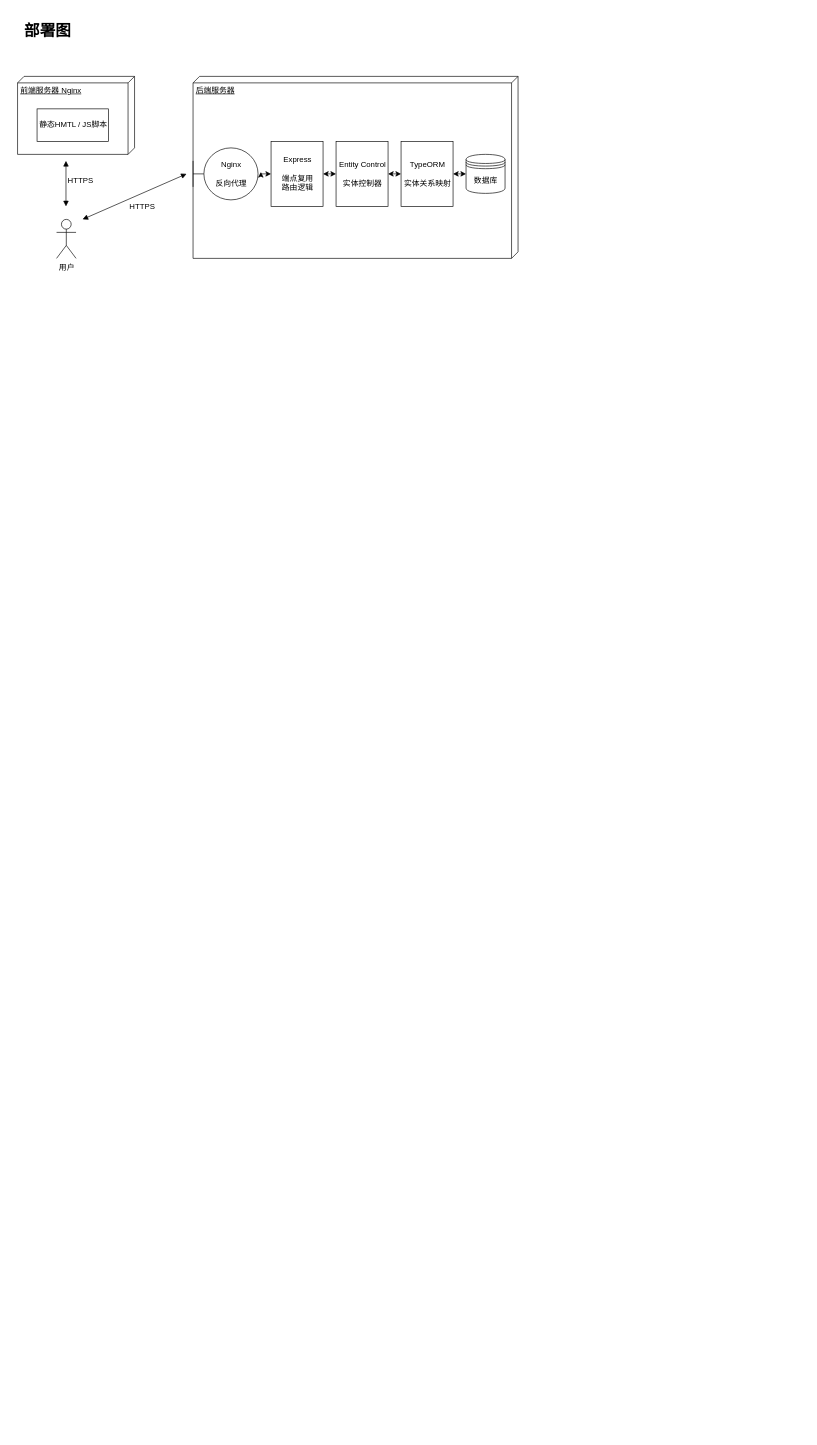
Above: page "整体设计" (5 of 10) of 2-系统设计文档/图/导出.drawio in super-dash/paperstack-design (draw.io), before the change. Source tidied: cells renumbered, new cells numbered last; positions are measured from the earlier drawing's top-left corner, leaving out a move shared by most shapes. Both pictures are drawn from the tidied source at 65%, with x=0, y=0 at pixel (18, 18).
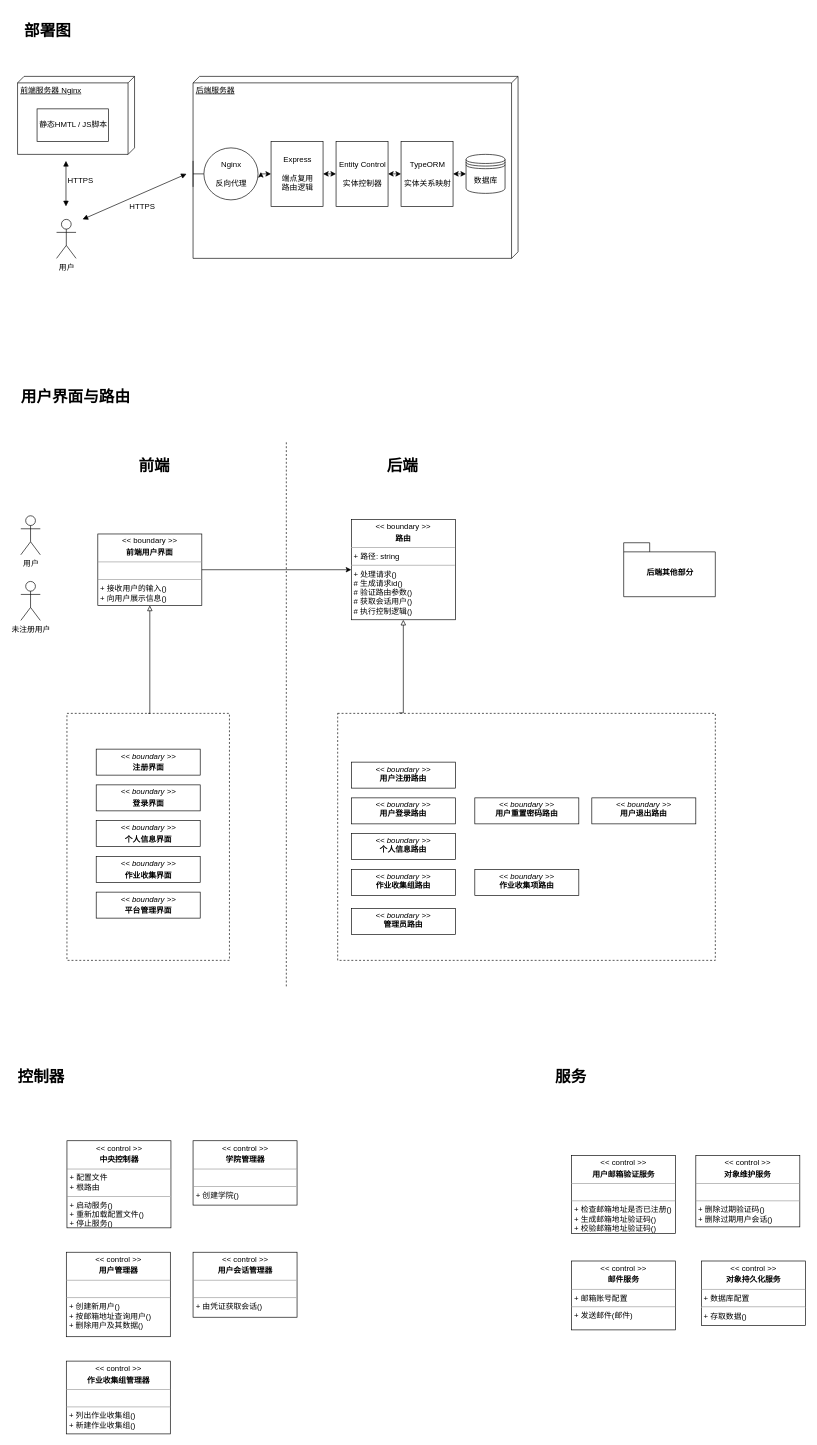
The same page after the edit.

Diff of the diagram source:
```diff
@@
+    <mxCell id="20" style="rounded=0;whiteSpace=wrap;html=1;dashed=1;fillColor=none;" parent="1" vertex="1">
+      <mxGeometry x="75.5" y="1070" width="250" height="380" as="geometry" />
+    </mxCell>
+    <mxCell id="21" style="rounded=0;whiteSpace=wrap;html=1;dashed=1;fillColor=none;" parent="1" vertex="1">
+      <mxGeometry x="492" y="1070" width="581" height="380" as="geometry" />
+    </mxCell>
+    <mxCell id="22" value="用户" style="shape=umlActor;verticalLabelPosition=bottom;labelBackgroundColor=#ffffff;verticalAlign=top;html=1;" parent="1" vertex="1">
+      <mxGeometry x="4.5" y="766" width="30" height="60" as="geometry" />
+    </mxCell>
+    <mxCell id="23" value="&lt;p style=&quot;margin: 0px ; margin-top: 4px ; text-align: center&quot;&gt;&amp;lt;&amp;lt; boundary &amp;gt;&amp;gt;&lt;/p&gt;&lt;p style=&quot;margin: 0px ; margin-top: 4px ; text-align: center&quot;&gt;&lt;b&gt;路由&lt;/b&gt;&lt;/p&gt;&lt;hr size=&quot;1&quot;&gt;&lt;p style=&quot;margin: 0px ; margin-left: 4px&quot;&gt;+ 路径: string&lt;/p&gt;&lt;hr size=&quot;1&quot;&gt;&lt;p style=&quot;margin: 0px ; margin-left: 4px&quot;&gt;+ 处理请求()&lt;span&gt;&lt;br&gt;&lt;/span&gt;&lt;/p&gt;&lt;p style=&quot;margin: 0px ; margin-left: 4px&quot;&gt;&lt;span&gt;# 生成请求id()&lt;/span&gt;&lt;/p&gt;&lt;p style=&quot;margin: 0px ; margin-left: 4px&quot;&gt;# 验证路由参数()&lt;span&gt;&lt;br&gt;&lt;/span&gt;&lt;/p&gt;&lt;p style=&quot;margin: 0px ; margin-left: 4px&quot;&gt;&lt;span&gt;# 获取会话用户(&lt;/span&gt;&lt;span&gt;)&lt;/span&gt;&lt;/p&gt;&lt;p style=&quot;margin: 0px ; margin-left: 4px&quot;&gt;# 执行控制逻辑()&lt;/p&gt;" style="verticalAlign=top;align=left;overflow=fill;fontSize=12;fontFamily=Helvetica;html=1;" parent="1" vertex="1">
+      <mxGeometry x="513" y="772" width="160" height="154" as="geometry" />
+    </mxCell>
+    <mxCell id="24" value="未注册用户" style="shape=umlActor;verticalLabelPosition=bottom;labelBackgroundColor=#ffffff;verticalAlign=top;html=1;" parent="1" vertex="1">
+      <mxGeometry x="4.5" y="867" width="30" height="60" as="geometry" />
+    </mxCell>
+    <mxCell id="25" value="&lt;p style=&quot;margin: 0px ; margin-top: 4px ; text-align: center&quot;&gt;&amp;lt;&amp;lt; boundary &amp;gt;&amp;gt;&lt;/p&gt;&lt;p style=&quot;margin: 0px ; margin-top: 4px ; text-align: center&quot;&gt;&lt;b&gt;前端用户界面&lt;/b&gt;&lt;/p&gt;&lt;hr size=&quot;1&quot;&gt;&lt;p style=&quot;margin: 0px ; margin-left: 4px&quot;&gt;&lt;br&gt;&lt;/p&gt;&lt;hr size=&quot;1&quot;&gt;&lt;p style=&quot;margin: 0px ; margin-left: 4px&quot;&gt;+ 接收用户的输入()&lt;/p&gt;&lt;p style=&quot;margin: 0px ; margin-left: 4px&quot;&gt;+ 向用户展示信息()&lt;/p&gt;" style="verticalAlign=top;align=left;overflow=fill;fontSize=12;fontFamily=Helvetica;html=1;" parent="1" vertex="1">
+      <mxGeometry x="123" y="794" width="160" height="110" as="geometry" />
+    </mxCell>
+    <mxCell id="26" value="&lt;h1&gt;前端&lt;/h1&gt;&lt;p&gt;&lt;br&gt;&lt;/p&gt;" style="text;html=1;strokeColor=none;fillColor=none;spacing=5;spacingTop=-20;whiteSpace=wrap;overflow=hidden;rounded=0;" parent="1" vertex="1">
+      <mxGeometry x="180.5" y="670" width="60" height="40" as="geometry" />
+    </mxCell>
+    <mxCell id="27" value="&lt;h1&gt;后端&lt;/h1&gt;&lt;p&gt;&lt;br&gt;&lt;/p&gt;" style="text;html=1;strokeColor=none;fillColor=none;spacing=5;spacingTop=-20;whiteSpace=wrap;overflow=hidden;rounded=0;" parent="1" vertex="1">
+      <mxGeometry x="563" y="670" width="60" height="40" as="geometry" />
+    </mxCell>
+    <mxCell id="28" style="endArrow=classic;html=1;exitX=1;exitY=0.5;exitDx=0;exitDy=0;entryX=0;entryY=0.5;entryDx=0;entryDy=0;" parent="1" edge="1" source="25" target="23">
+      <mxGeometry relative="1" as="geometry" />
+    </mxCell>
+    <mxCell id="29" value="&lt;p style=&quot;margin: 0px ; margin-top: 4px ; text-align: center&quot;&gt;&lt;i&gt;&amp;lt;&amp;lt; boundary &amp;gt;&amp;gt;&lt;/i&gt;&lt;br&gt;&lt;b&gt;用户注册路由&lt;/b&gt;&lt;/p&gt;" style="verticalAlign=top;align=left;overflow=fill;fontSize=12;fontFamily=Helvetica;html=1;" parent="1" vertex="1">
+      <mxGeometry x="513" y="1145" width="160" height="40" as="geometry" />
+    </mxCell>
+    <mxCell id="30" value="&lt;p style=&quot;margin: 0px ; margin-top: 4px ; text-align: center&quot;&gt;&lt;i&gt;&amp;lt;&amp;lt; boundary &amp;gt;&amp;gt;&lt;/i&gt;&lt;br&gt;&lt;b&gt;用户重置密码路由&lt;/b&gt;&lt;/p&gt;" style="verticalAlign=top;align=left;overflow=fill;fontSize=12;fontFamily=Helvetica;html=1;" parent="1" vertex="1">
+      <mxGeometry x="703" y="1200" width="160" height="40" as="geometry" />
+    </mxCell>
+    <mxCell id="31" value="&lt;p style=&quot;margin: 0px ; margin-top: 4px ; text-align: center&quot;&gt;&lt;i&gt;&amp;lt;&amp;lt; boundary &amp;gt;&amp;gt;&lt;/i&gt;&lt;br&gt;&lt;b&gt;用户登录路由&lt;/b&gt;&lt;/p&gt;" style="verticalAlign=top;align=left;overflow=fill;fontSize=12;fontFamily=Helvetica;html=1;" parent="1" vertex="1">
+      <mxGeometry x="513" y="1200" width="160" height="40" as="geometry" />
+    </mxCell>
+    <mxCell id="32" value="&lt;p style=&quot;margin: 0px ; margin-top: 4px ; text-align: center&quot;&gt;&lt;i&gt;&amp;lt;&amp;lt; boundary &amp;gt;&amp;gt;&lt;/i&gt;&lt;br&gt;&lt;b&gt;用户退出路由&lt;/b&gt;&lt;/p&gt;" style="verticalAlign=top;align=left;overflow=fill;fontSize=12;fontFamily=Helvetica;html=1;" parent="1" vertex="1">
+      <mxGeometry x="883" y="1200" width="160" height="40" as="geometry" />
+    </mxCell>
+    <mxCell id="33" value="&lt;p style=&quot;margin: 0px ; margin-top: 4px ; text-align: center&quot;&gt;&lt;i&gt;&amp;lt;&amp;lt; boundary &amp;gt;&amp;gt;&lt;/i&gt;&lt;br&gt;&lt;b&gt;作业收集组路由&lt;/b&gt;&lt;/p&gt;" style="verticalAlign=top;align=left;overflow=fill;fontSize=12;fontFamily=Helvetica;html=1;" parent="1" vertex="1">
+      <mxGeometry x="513" y="1310" width="160" height="40" as="geometry" />
+    </mxCell>
+    <mxCell id="34" value="&lt;p style=&quot;margin: 0px ; margin-top: 4px ; text-align: center&quot;&gt;&lt;i&gt;&amp;lt;&amp;lt; boundary &amp;gt;&amp;gt;&lt;/i&gt;&lt;br&gt;&lt;b&gt;作业收集项路由&lt;/b&gt;&lt;/p&gt;" style="verticalAlign=top;align=left;overflow=fill;fontSize=12;fontFamily=Helvetica;html=1;" parent="1" vertex="1">
+      <mxGeometry x="703" y="1310" width="160" height="40" as="geometry" />
+    </mxCell>
+    <mxCell id="35" value="&lt;p style=&quot;margin: 0px ; margin-top: 4px ; text-align: center&quot;&gt;&lt;i&gt;&amp;lt;&amp;lt; boundary &amp;gt;&amp;gt;&lt;/i&gt;&lt;br&gt;&lt;b&gt;管理员路由&lt;/b&gt;&lt;/p&gt;" style="verticalAlign=top;align=left;overflow=fill;fontSize=12;fontFamily=Helvetica;html=1;" parent="1" vertex="1">
+      <mxGeometry x="513" y="1370" width="160" height="40" as="geometry" />
+    </mxCell>
+    <mxCell id="36" style="edgeStyle=orthogonalEdgeStyle;rounded=0;jettySize=auto;html=1;exitX=0.162;exitY=-0.002;exitDx=0;exitDy=0;entryX=0.5;entryY=1;entryDx=0;entryDy=0;endArrow=block;endFill=0;exitPerimeter=0;" parent="1" edge="1" source="21" target="23">
+      <mxGeometry relative="1" as="geometry">
+        <Array as="points">
+          <mxPoint x="593" y="1070" />
+        </Array>
+      </mxGeometry>
+    </mxCell>
+    <mxCell id="37" style="edgeStyle=orthogonalEdgeStyle;rounded=0;jettySize=auto;html=1;exitX=0.5;exitY=0;exitDx=0;exitDy=0;entryX=0.5;entryY=1;entryDx=0;entryDy=0;endArrow=block;endFill=0;" parent="1" edge="1" source="20" target="25">
+      <mxGeometry relative="1" as="geometry">
+        <Array as="points">
+          <mxPoint x="203" y="1070" />
+        </Array>
+      </mxGeometry>
+    </mxCell>
+    <mxCell id="38" value="&lt;p style=&quot;margin: 0px ; margin-top: 4px ; text-align: center&quot;&gt;&lt;i&gt;&amp;lt;&amp;lt; boundary &amp;gt;&amp;gt;&lt;/i&gt;&lt;/p&gt;&lt;p style=&quot;margin: 0px ; margin-top: 4px ; text-align: center&quot;&gt;&lt;b&gt;注册界面&lt;/b&gt;&lt;/p&gt;" style="verticalAlign=top;align=left;overflow=fill;fontSize=12;fontFamily=Helvetica;html=1;" parent="1" vertex="1">
+      <mxGeometry x="120.5" y="1125" width="160" height="40" as="geometry" />
+    </mxCell>
+    <mxCell id="39" value="&lt;p style=&quot;margin: 0px ; margin-top: 4px ; text-align: center&quot;&gt;&lt;i&gt;&amp;lt;&amp;lt; boundary &amp;gt;&amp;gt;&lt;/i&gt;&lt;/p&gt;&lt;p style=&quot;margin: 0px ; margin-top: 4px ; text-align: center&quot;&gt;&lt;b&gt;登录界面&lt;/b&gt;&lt;/p&gt;" style="verticalAlign=top;align=left;overflow=fill;fontSize=12;fontFamily=Helvetica;html=1;" parent="1" vertex="1">
+      <mxGeometry x="120.5" y="1180" width="160" height="40" as="geometry" />
+    </mxCell>
+    <mxCell id="40" value="&lt;p style=&quot;margin: 0px ; margin-top: 4px ; text-align: center&quot;&gt;&lt;i&gt;&amp;lt;&amp;lt; boundary &amp;gt;&amp;gt;&lt;/i&gt;&lt;/p&gt;&lt;p style=&quot;margin: 0px ; margin-top: 4px ; text-align: center&quot;&gt;&lt;b&gt;个人信息界面&lt;/b&gt;&lt;/p&gt;" style="verticalAlign=top;align=left;overflow=fill;fontSize=12;fontFamily=Helvetica;html=1;" parent="1" vertex="1">
+      <mxGeometry x="120.5" y="1235" width="160" height="40" as="geometry" />
+    </mxCell>
+    <mxCell id="41" value="&lt;p style=&quot;margin: 0px ; margin-top: 4px ; text-align: center&quot;&gt;&lt;i&gt;&amp;lt;&amp;lt; boundary &amp;gt;&amp;gt;&lt;/i&gt;&lt;br&gt;&lt;b&gt;个人信息路由&lt;/b&gt;&lt;/p&gt;" style="verticalAlign=top;align=left;overflow=fill;fontSize=12;fontFamily=Helvetica;html=1;" parent="1" vertex="1">
+      <mxGeometry x="513" y="1255" width="160" height="40" as="geometry" />
+    </mxCell>
+    <mxCell id="42" value="&lt;p style=&quot;margin: 0px ; margin-top: 4px ; text-align: center&quot;&gt;&lt;i&gt;&amp;lt;&amp;lt; boundary &amp;gt;&amp;gt;&lt;/i&gt;&lt;/p&gt;&lt;p style=&quot;margin: 0px ; margin-top: 4px ; text-align: center&quot;&gt;&lt;b&gt;作业收集界面&lt;/b&gt;&lt;/p&gt;" style="verticalAlign=top;align=left;overflow=fill;fontSize=12;fontFamily=Helvetica;html=1;" parent="1" vertex="1">
+      <mxGeometry x="120.5" y="1290" width="160" height="40" as="geometry" />
+    </mxCell>
+    <mxCell id="43" value="&lt;p style=&quot;margin: 0px ; margin-top: 4px ; text-align: center&quot;&gt;&lt;i&gt;&amp;lt;&amp;lt; boundary &amp;gt;&amp;gt;&lt;/i&gt;&lt;/p&gt;&lt;p style=&quot;margin: 0px ; margin-top: 4px ; text-align: center&quot;&gt;&lt;b&gt;平台管理界面&lt;/b&gt;&lt;/p&gt;" style="verticalAlign=top;align=left;overflow=fill;fontSize=12;fontFamily=Helvetica;html=1;" parent="1" vertex="1">
+      <mxGeometry x="120.5" y="1345" width="160" height="40" as="geometry" />
+    </mxCell>
+    <mxCell id="44" style="endArrow=none;dashed=1;html=1;" parent="1" edge="1">
+      <mxGeometry relative="1" as="geometry">
+        <mxPoint x="413" y="1490" as="sourcePoint" />
+        <mxPoint x="413" y="650" as="targetPoint" />
+      </mxGeometry>
+    </mxCell>
+    <mxCell id="45" value="&lt;h1&gt;用户界面与路由&lt;/h1&gt;" style="text;html=1;strokeColor=none;fillColor=none;spacing=5;spacingTop=-20;whiteSpace=wrap;overflow=hidden;rounded=0;" parent="1" vertex="1">
+      <mxGeometry x="-0.5" y="563.5" width="190" height="50" as="geometry" />
+    </mxCell>
+    <mxCell id="46" value="后端其他部分" style="shape=folder;fontStyle=1;spacingTop=10;tabWidth=40;tabHeight=14;tabPosition=left;html=1;" parent="1" vertex="1">
+      <mxGeometry x="932" y="807.5" width="141" height="83" as="geometry" />
+    </mxCell>
+    <mxCell id="47" value="&lt;p style=&quot;margin: 0px ; margin-top: 4px ; text-align: center&quot;&gt;&amp;lt;&amp;lt; control &amp;gt;&amp;gt;&lt;/p&gt;&lt;p style=&quot;margin: 0px ; margin-top: 4px ; text-align: center&quot;&gt;&lt;b&gt;中央控制器&lt;/b&gt;&lt;/p&gt;&lt;hr size=&quot;1&quot;&gt;&lt;p style=&quot;margin: 0px ; margin-left: 4px&quot;&gt;+ 配置文件&lt;/p&gt;&lt;p style=&quot;margin: 0px ; margin-left: 4px&quot;&gt;+ 根路由&lt;/p&gt;&lt;hr size=&quot;1&quot;&gt;&lt;p style=&quot;margin: 0px ; margin-left: 4px&quot;&gt;+ 启动服务()&lt;/p&gt;&lt;p style=&quot;margin: 0px ; margin-left: 4px&quot;&gt;+ 重新加载配置文件()&lt;/p&gt;&lt;p style=&quot;margin: 0px ; margin-left: 4px&quot;&gt;+ 停止服务()&lt;/p&gt;" style="verticalAlign=top;align=left;overflow=fill;fontSize=12;fontFamily=Helvetica;html=1;" parent="1" vertex="1">
+      <mxGeometry x="75.5" y="1727.5" width="160" height="134" as="geometry" />
+    </mxCell>
+    <mxCell id="48" value="&lt;p style=&quot;margin: 0px ; margin-top: 4px ; text-align: center&quot;&gt;&amp;lt;&amp;lt; control &amp;gt;&amp;gt;&lt;/p&gt;&lt;p style=&quot;margin: 0px ; margin-top: 4px ; text-align: center&quot;&gt;&lt;b&gt;用户管理器&lt;/b&gt;&lt;/p&gt;&lt;hr size=&quot;1&quot;&gt;&lt;p style=&quot;margin: 0px ; margin-left: 4px&quot;&gt;&lt;br&gt;&lt;/p&gt;&lt;hr size=&quot;1&quot;&gt;&lt;p style=&quot;margin: 0px ; margin-left: 4px&quot;&gt;&lt;span&gt;+ 创建新用户()&lt;/span&gt;&lt;/p&gt;&lt;p style=&quot;margin: 0px ; margin-left: 4px&quot;&gt;&lt;span&gt;+ 按邮箱地址查询用户()&lt;/span&gt;&lt;/p&gt;&lt;p style=&quot;margin: 0px ; margin-left: 4px&quot;&gt;&lt;span&gt;+ 删除用户及其数据()&lt;/span&gt;&lt;/p&gt;" style="verticalAlign=top;align=left;overflow=fill;fontSize=12;fontFamily=Helvetica;html=1;" parent="1" vertex="1">
+      <mxGeometry x="74.5" y="1899" width="160" height="130" as="geometry" />
+    </mxCell>
+    <mxCell id="49" value="&lt;p style=&quot;margin: 0px ; margin-top: 4px ; text-align: center&quot;&gt;&amp;lt;&amp;lt; control &amp;gt;&amp;gt;&lt;/p&gt;&lt;p style=&quot;margin: 0px ; margin-top: 4px ; text-align: center&quot;&gt;&lt;b&gt;用户会话管理器&lt;/b&gt;&lt;/p&gt;&lt;hr size=&quot;1&quot;&gt;&lt;p style=&quot;margin: 0px ; margin-left: 4px&quot;&gt;&lt;br&gt;&lt;/p&gt;&lt;hr size=&quot;1&quot;&gt;&lt;p style=&quot;margin: 0px ; margin-left: 4px&quot;&gt;&lt;span&gt;+ 由凭证获取会话()&lt;/span&gt;&lt;br&gt;&lt;/p&gt;" style="verticalAlign=top;align=left;overflow=fill;fontSize=12;fontFamily=Helvetica;html=1;" parent="1" vertex="1">
+      <mxGeometry x="269.5" y="1899" width="160" height="100" as="geometry" />
+    </mxCell>
+    <mxCell id="50" value="&lt;p style=&quot;margin: 0px ; margin-top: 4px ; text-align: center&quot;&gt;&amp;lt;&amp;lt; control &amp;gt;&amp;gt;&lt;/p&gt;&lt;p style=&quot;margin: 0px ; margin-top: 4px ; text-align: center&quot;&gt;&lt;b&gt;作业收集组管理器&lt;/b&gt;&lt;/p&gt;&lt;hr size=&quot;1&quot;&gt;&lt;p style=&quot;margin: 0px ; margin-left: 4px&quot;&gt;&lt;br&gt;&lt;/p&gt;&lt;hr size=&quot;1&quot;&gt;&lt;p style=&quot;margin: 0px ; margin-left: 4px&quot;&gt;&lt;span&gt;+ 列出作业收集组()&lt;/span&gt;&lt;/p&gt;&lt;p style=&quot;margin: 0px ; margin-left: 4px&quot;&gt;&lt;span&gt;+&lt;/span&gt;&lt;span&gt;&amp;nbsp;新建作业收集组()&lt;/span&gt;&lt;/p&gt;" style="verticalAlign=top;align=left;overflow=fill;fontSize=12;fontFamily=Helvetica;html=1;" parent="1" vertex="1">
+      <mxGeometry x="74.5" y="2066.5" width="160" height="112" as="geometry" />
+    </mxCell>
+    <mxCell id="51" value="&lt;p style=&quot;margin: 0px ; margin-top: 4px ; text-align: center&quot;&gt;&amp;lt;&amp;lt; control &amp;gt;&amp;gt;&lt;/p&gt;&lt;p style=&quot;margin: 0px ; margin-top: 4px ; text-align: center&quot;&gt;&lt;b&gt;学院管理器&lt;/b&gt;&lt;/p&gt;&lt;hr size=&quot;1&quot;&gt;&lt;p style=&quot;margin: 0px ; margin-left: 4px&quot;&gt;&lt;br&gt;&lt;/p&gt;&lt;hr size=&quot;1&quot;&gt;&lt;p style=&quot;margin: 0px ; margin-left: 4px&quot;&gt;&lt;span&gt;+ 创建学院()&lt;/span&gt;&lt;/p&gt;" style="verticalAlign=top;align=left;overflow=fill;fontSize=12;fontFamily=Helvetica;html=1;" parent="1" vertex="1">
+      <mxGeometry x="269.5" y="1727.5" width="160" height="99" as="geometry" />
+    </mxCell>
+    <mxCell id="52" value="&lt;h1&gt;控制器&lt;/h1&gt;" style="text;html=1;strokeColor=none;fillColor=none;spacing=5;spacingTop=-20;whiteSpace=wrap;overflow=hidden;rounded=0;" parent="1" vertex="1">
+      <mxGeometry x="-5.5" y="1610" width="190" height="50" as="geometry" />
+    </mxCell>
+    <mxCell id="53" value="&lt;p style=&quot;margin: 0px ; margin-top: 4px ; text-align: center&quot;&gt;&amp;lt;&amp;lt; control &amp;gt;&amp;gt;&lt;/p&gt;&lt;p style=&quot;margin: 0px ; margin-top: 4px ; text-align: center&quot;&gt;&lt;b&gt;对象维护服务&lt;/b&gt;&lt;/p&gt;&lt;hr size=&quot;1&quot;&gt;&lt;p style=&quot;margin: 0px ; margin-left: 4px&quot;&gt;&lt;br&gt;&lt;/p&gt;&lt;hr size=&quot;1&quot;&gt;&lt;p style=&quot;margin: 0px ; margin-left: 4px&quot;&gt;&lt;span&gt;+ 删除过期验证码()&lt;/span&gt;&lt;br&gt;&lt;/p&gt;&lt;p style=&quot;margin: 0px ; margin-left: 4px&quot;&gt;&lt;span&gt;+ 删除过期用户会话()&lt;/span&gt;&lt;/p&gt;" style="verticalAlign=top;align=left;overflow=fill;fontSize=12;fontFamily=Helvetica;html=1;" parent="1" vertex="1">
+      <mxGeometry x="1043" y="1750" width="160" height="110" as="geometry" />
+    </mxCell>
+    <mxCell id="54" value="&lt;p style=&quot;margin: 0px ; margin-top: 4px ; text-align: center&quot;&gt;&amp;lt;&amp;lt; control &amp;gt;&amp;gt;&lt;/p&gt;&lt;p style=&quot;margin: 0px ; margin-top: 4px ; text-align: center&quot;&gt;&lt;b&gt;邮件服务&lt;/b&gt;&lt;/p&gt;&lt;hr size=&quot;1&quot;&gt;&lt;p style=&quot;margin: 0px ; margin-left: 4px&quot;&gt;+ 邮箱账号配置&lt;/p&gt;&lt;hr size=&quot;1&quot;&gt;&lt;p style=&quot;margin: 0px ; margin-left: 4px&quot;&gt;+ 发送邮件(邮件)&lt;/p&gt;" style="verticalAlign=top;align=left;overflow=fill;fontSize=12;fontFamily=Helvetica;html=1;" parent="1" vertex="1">
+      <mxGeometry x="852" y="1912.5" width="160" height="106" as="geometry" />
+    </mxCell>
+    <mxCell id="55" value="&lt;p style=&quot;margin: 0px ; margin-top: 4px ; text-align: center&quot;&gt;&amp;lt;&amp;lt; control &amp;gt;&amp;gt;&lt;/p&gt;&lt;p style=&quot;margin: 0px ; margin-top: 4px ; text-align: center&quot;&gt;&lt;b&gt;用户邮箱验证服务&lt;/b&gt;&lt;/p&gt;&lt;hr size=&quot;1&quot;&gt;&lt;p style=&quot;margin: 0px ; margin-left: 4px&quot;&gt;&lt;br&gt;&lt;/p&gt;&lt;hr size=&quot;1&quot;&gt;&lt;p style=&quot;margin: 0px ; margin-left: 4px&quot;&gt;+ 检查邮箱地址是否已注册()&lt;span&gt;&lt;br&gt;&lt;/span&gt;&lt;/p&gt;&lt;p style=&quot;margin: 0px ; margin-left: 4px&quot;&gt;&lt;span&gt;+ 生成邮箱地址验证码()&lt;/span&gt;&lt;/p&gt;&lt;p style=&quot;margin: 0px ; margin-left: 4px&quot;&gt;&lt;span&gt;+ 校验邮箱地址验证码()&lt;/span&gt;&lt;/p&gt;" style="verticalAlign=top;align=left;overflow=fill;fontSize=12;fontFamily=Helvetica;html=1;" parent="1" vertex="1">
+      <mxGeometry x="852" y="1750" width="160" height="120" as="geometry" />
+    </mxCell>
+    <mxCell id="56" value="&lt;p style=&quot;margin: 0px ; margin-top: 4px ; text-align: center&quot;&gt;&amp;lt;&amp;lt; control &amp;gt;&amp;gt;&lt;/p&gt;&lt;p style=&quot;margin: 0px ; margin-top: 4px ; text-align: center&quot;&gt;&lt;b&gt;对象持久化服务&lt;/b&gt;&lt;/p&gt;&lt;hr size=&quot;1&quot;&gt;&amp;nbsp;+ 数据库配置&lt;br&gt;&lt;hr&gt;&amp;nbsp;+ 存取数据()" style="verticalAlign=top;align=left;overflow=fill;fontSize=12;fontFamily=Helvetica;html=1;" parent="1" vertex="1">
+      <mxGeometry x="1052" y="1912.5" width="160" height="99" as="geometry" />
+    </mxCell>
+    <mxCell id="57" value="&lt;h1&gt;服务&lt;/h1&gt;" style="text;html=1;strokeColor=none;fillColor=none;spacing=5;spacingTop=-20;whiteSpace=wrap;overflow=hidden;rounded=0;" parent="1" vertex="1">
+      <mxGeometry x="822" y="1610" width="190" height="50" as="geometry" />
+    </mxCell>
```
